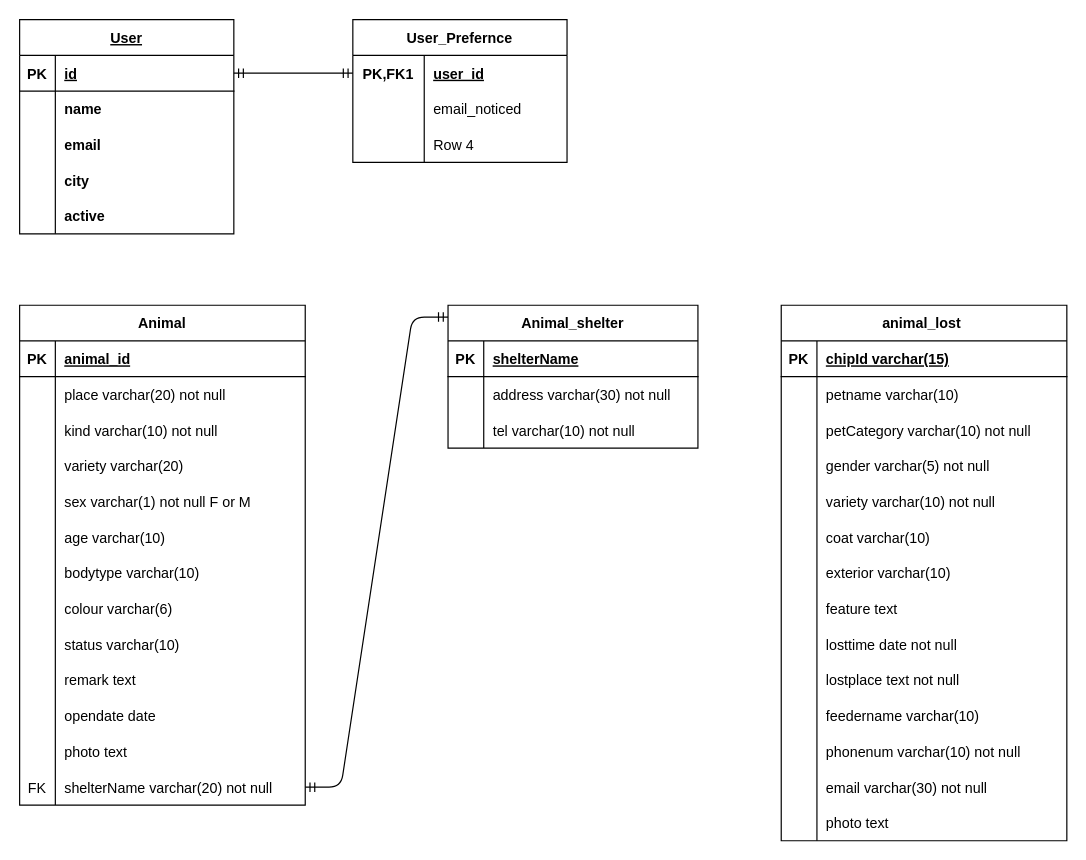
This is backend/Diagram/erm.drawio from ctchen222/FurFriend-Finder, a draw.io file, before an edit. Source tidied: cells renumbered, new cells numbered last; positions are measured from the earlier drawing's top-left corner, leaving out a move shared by most shapes. Both pictures are drawn from the tidied source at 119%, with x=0, y=0 at pixel (19, 19).
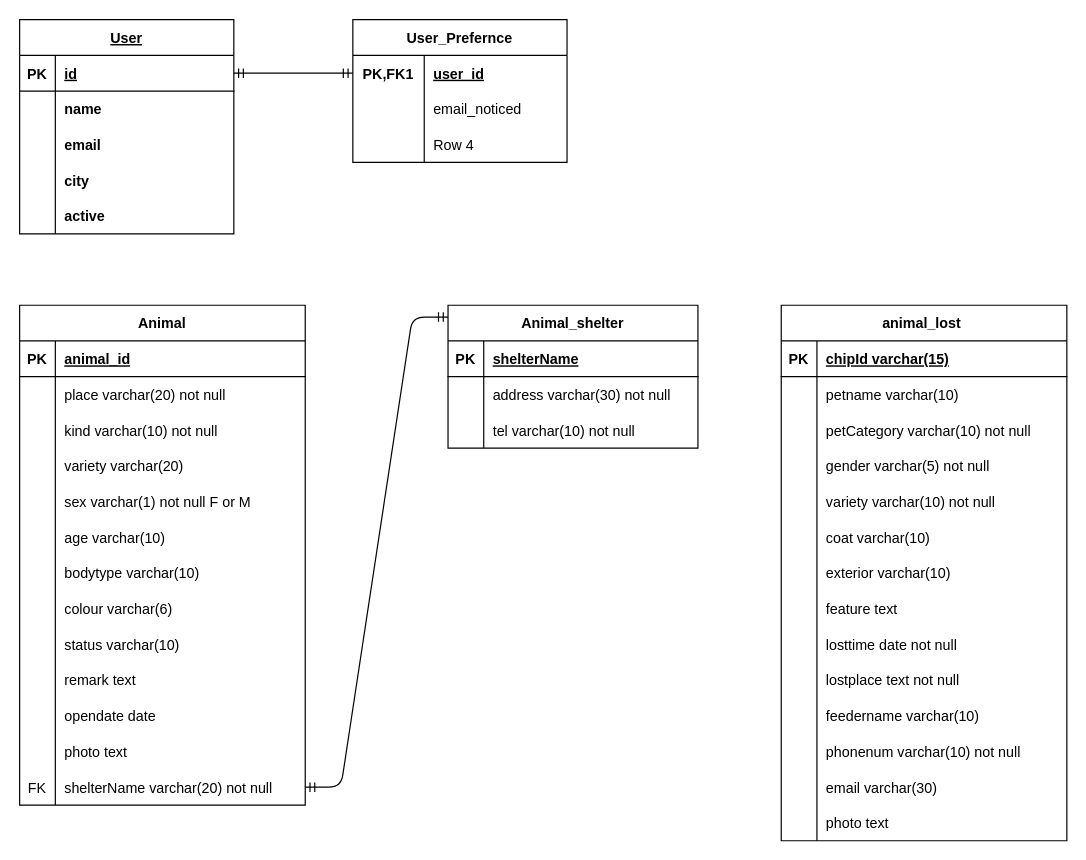
The same diagram, later.

Unchanged cells that the change refers to:
```xml
<mxCell id="117" style="shape=tableRow;horizontal=0;startSize=0;swimlaneHead=0;swimlaneBody=0;fillColor=none;top=0;left=0;right=0;bottom=0;" parent="80" vertex="1">
  <mxGeometry y="390" width="240" height="30" as="geometry" />
</mxCell>
```

The edit, as a diff of the source:
```diff
@@
-    <mxCell id="119" value="email varchar(30) not null" style="shape=partialRectangle;fillColor=none;top=0;left=0;bottom=0;right=0;align=left;spacingLeft=6;overflow=hidden;" parent="117" vertex="1">
+    <mxCell id="119" value="email varchar(30)" style="shape=partialRectangle;fillColor=none;top=0;left=0;bottom=0;right=0;align=left;spacingLeft=6;overflow=hidden;" parent="117" vertex="1">
       <mxGeometry x="30" width="210" height="30" as="geometry" />
     </mxCell>
```
